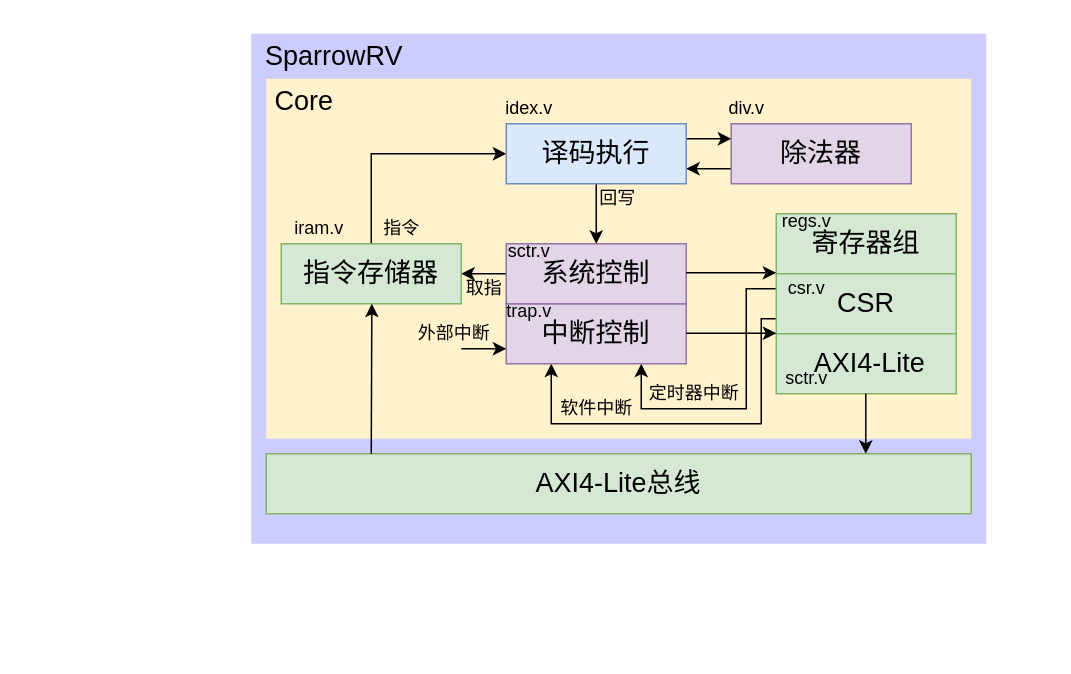
This is pic/drawio/soc架构.drawio from xiaowuzxc/SparrowRV, a draw.io file, before an edit. Source tidied: cells renumbered, new cells numbered last; positions are measured from the earlier drawing's top-left corner, leaving out a move shared by most shapes. Both pictures are drawn from the tidied source at 150%, with x=0, y=0 at pixel (250, 33).
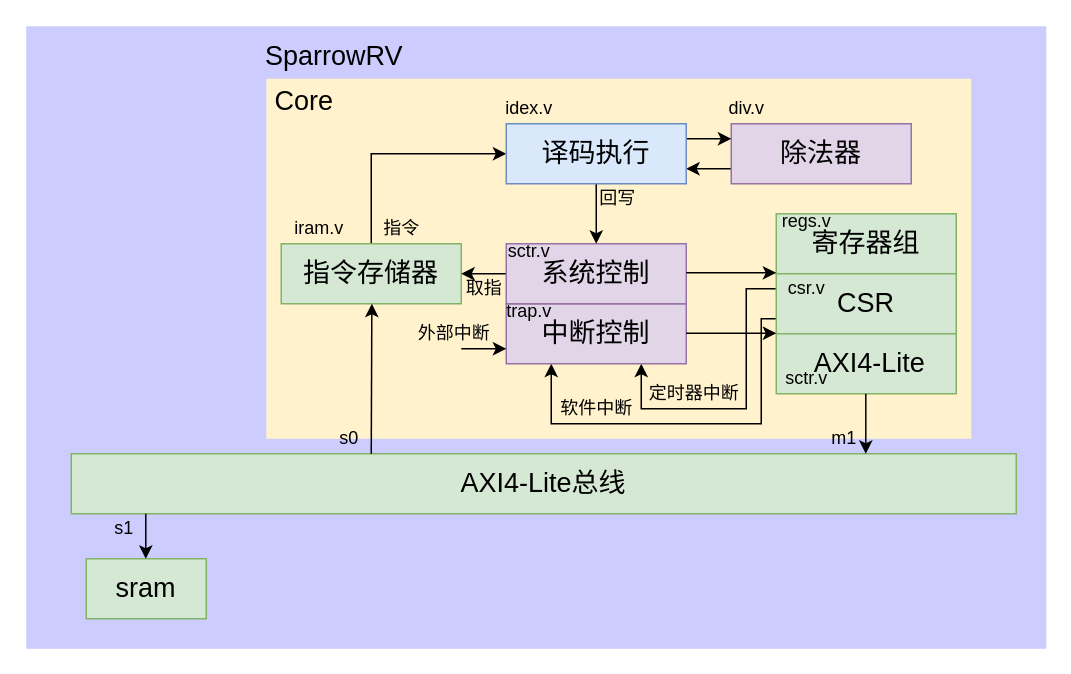
The same page after the edit.

The edit, as a diff of the source:
```diff
@@
     <mxCell id="2" style="rounded=0;whiteSpace=wrap;html=1;fontSize=12;fillColor=#CCCCFF;strokeColor=none;" parent="1" vertex="1">
-      <mxGeometry width="490" height="340" as="geometry" />
+      <mxGeometry x="-150" y="-5" width="680" height="415" as="geometry" />
     </mxCell>
@@
     <mxCell id="22" value="AXI4-Lite总线" style="whiteSpace=wrap;html=1;fontSize=18;fillColor=#d5e8d4;strokeColor=#82b366;" parent="1" vertex="1">
-      <mxGeometry x="10" y="280" width="470" height="40" as="geometry" />
+      <mxGeometry x="-120" y="280" width="630" height="40" as="geometry" />
     </mxCell>
@@
+    <mxCell id="41" value="s0" style="text;html=1;align=center;verticalAlign=middle;strokeColor=none;fillColor=none;" parent="1" vertex="1">
+      <mxGeometry x="50" y="260" width="30" height="20" as="geometry" />
+    </mxCell>
+    <mxCell id="42" value="sram" style="rounded=0;whiteSpace=wrap;html=1;fillColor=#d5e8d4;strokeColor=#82b366;fontSize=18;" parent="1" vertex="1">
+      <mxGeometry x="-110" y="350" width="80" height="40" as="geometry" />
+    </mxCell>
+    <mxCell id="43" value="m1" style="text;html=1;align=center;verticalAlign=middle;strokeColor=none;fillColor=none;" parent="1" vertex="1">
+      <mxGeometry x="380" y="260" width="30" height="20" as="geometry" />
+    </mxCell>
+    <mxCell id="44" style="endArrow=classic;html=1;rounded=0;fontSize=18;" parent="1" edge="1">
+      <mxGeometry relative="1" as="geometry">
+        <mxPoint x="-70.3" y="320" as="sourcePoint" />
+        <mxPoint x="-70.3" y="350" as="targetPoint" />
+      </mxGeometry>
+    </mxCell>
+    <mxCell id="45" value="s1" style="text;html=1;align=center;verticalAlign=middle;strokeColor=none;fillColor=none;" parent="1" vertex="1">
+      <mxGeometry x="-100" y="320" width="30" height="20" as="geometry" />
+    </mxCell>
```
